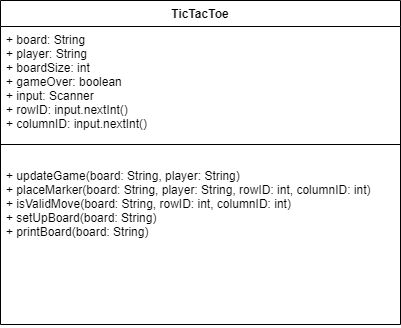
GageKolojaco/CSCI2302-Gage-Kolojaco-HW keeps this draw.io diagram as TicTacToeGame/TicTacToe.png. Above is the earlier version. Source tidied: cells renumbered, new cells last; positions are measured from the earlier drawing's top-left corner, leaving out a move shared by most shapes.
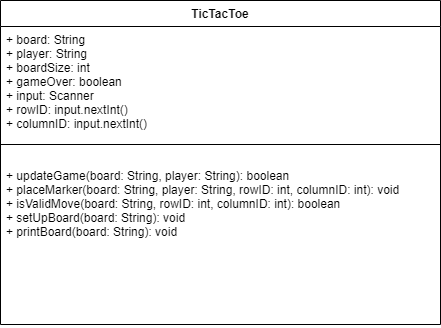
After the change.

What changed in the source:
```diff
@@ -3,16 +3,16 @@
     <mxCell id="0" />
     <mxCell id="1" parent="0" />
     <mxCell id="2" value="TicTacToe" style="swimlane;fontStyle=1;align=center;verticalAlign=top;horizontal=1;startSize=26;" parent="1" vertex="1">
-      <mxGeometry width="400" height="324" as="geometry" />
+      <mxGeometry width="440" height="324" as="geometry" />
     </mxCell>
     <mxCell id="3" value="+ board: String&#10;+ player: String&#10;+ boardSize: int&#10;+ gameOver: boolean&#10;+ input: Scanner&#10;+ rowID: input.nextInt()&#10;+ columnID: input.nextInt()" style="text;strokeColor=none;fillColor=none;align=left;verticalAlign=top;spacingLeft=4;spacingRight=4;overflow=hidden;" parent="2" vertex="1">
-      <mxGeometry y="26" width="400" height="114" as="geometry" />
+      <mxGeometry y="26" width="440" height="114" as="geometry" />
     </mxCell>
     <mxCell id="4" style="line;strokeWidth=1;fillColor=none;align=left;verticalAlign=middle;spacingTop=-1;spacingLeft=3;spacingRight=3;labelPosition=right;strokeColor=inherit;" parent="2" vertex="1">
-      <mxGeometry y="140" width="400" height="8" as="geometry" />
+      <mxGeometry y="140" width="440" height="8" as="geometry" />
     </mxCell>
-    <mxCell id="5" value="&#10;+ updateGame(board: String, player: String)&#10;+ placeMarker(board: String, player: String, rowID: int, columnID: int)&#10;+ isValidMove(board: String, rowID: int, columnID: int)&#10;+ setUpBoard(board: String)&#10;+ printBoard(board: String)" style="text;strokeColor=none;fillColor=none;align=left;verticalAlign=top;spacingLeft=4;spacingRight=4;overflow=hidden;" parent="2" vertex="1">
-      <mxGeometry y="148" width="400" height="176" as="geometry" />
+    <mxCell id="5" value="&#10;+ updateGame(board: String, player: String): boolean&#10;+ placeMarker(board: String, player: String, rowID: int, columnID: int): void&#10;+ isValidMove(board: String, rowID: int, columnID: int): boolean&#10;+ setUpBoard(board: String): void&#10;+ printBoard(board: String): void" style="text;strokeColor=none;fillColor=none;align=left;verticalAlign=top;spacingLeft=4;spacingRight=4;overflow=hidden;" parent="2" vertex="1">
+      <mxGeometry y="148" width="440" height="176" as="geometry" />
     </mxCell>
   </root>
 </mxGraphModel>
```
